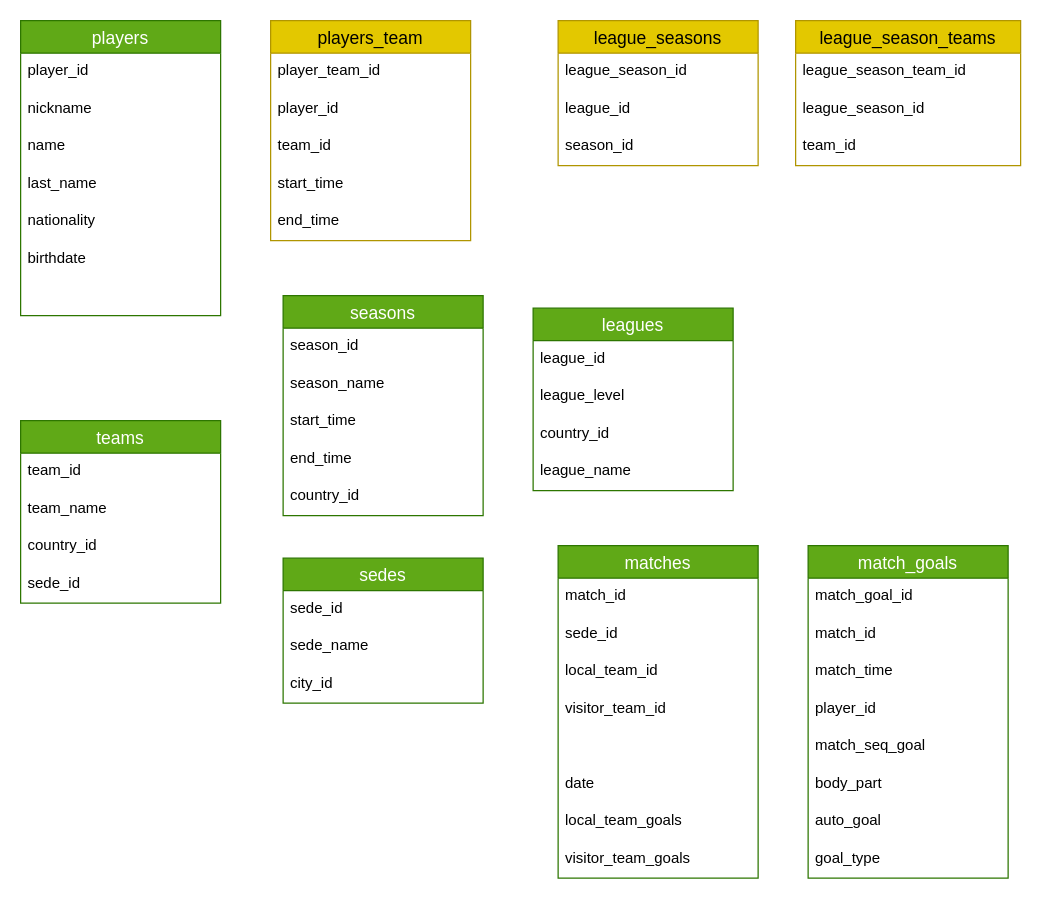
This is page "preliminar" (1 of 2) of soccer_model.drawio from r3card0/soccer.stats, a draw.io file, before an edit. Source tidied: cells renumbered, new cells numbered last; positions are measured from the earlier drawing's top-left corner, leaving out a move shared by most shapes. Both pictures are drawn from the tidied source at 125%, with x=0, y=0 at pixel (20, 20).
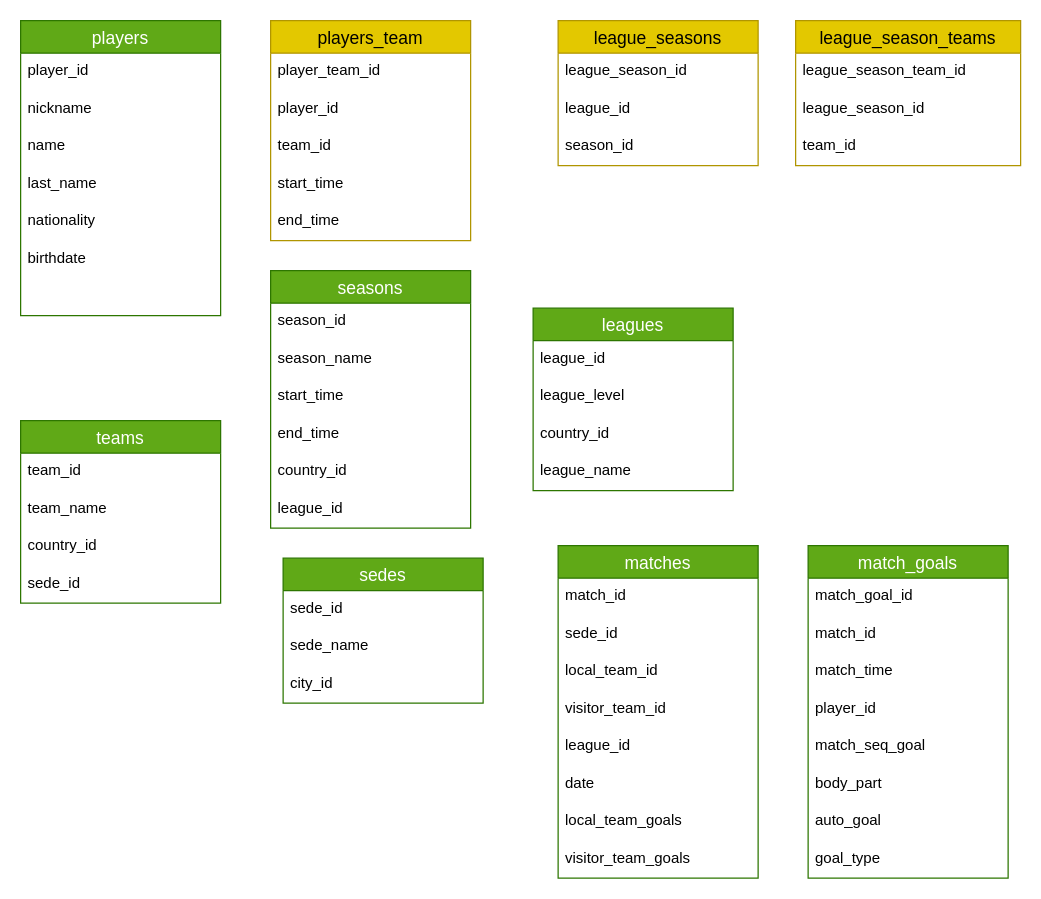
The same diagram, later.

Commit message (it also covers changes not shown here):
season model modified, added league_id on seasons model

Unchanged cells that the change refers to:
```xml
<mxCell id="40" value="matches" style="swimlane;fontStyle=0;horizontal=1;startSize=26;align=center;fontSize=14;fillColor=#60a917;fontColor=#ffffff;strokeColor=#2D7600;" parent="1" vertex="1">
  <mxGeometry x="430" y="420" width="160" height="266" as="geometry" />
</mxCell>
```

Change to the diagram source:
```diff
@@
     <mxCell id="21" value="seasons" style="swimlane;fontStyle=0;horizontal=1;startSize=26;align=center;fontSize=14;fillColor=#60a917;fontColor=#ffffff;strokeColor=#2D7600;" parent="1" vertex="1">
-      <mxGeometry x="210" y="220" width="160" height="176" as="geometry" />
+      <mxGeometry x="200" y="200" width="160" height="206" as="geometry" />
     </mxCell>
@@
+    <mxCell id="62" value="league_id" style="text;strokeColor=none;fillColor=none;spacingLeft=4;spacingRight=4;overflow=hidden;fontSize=12;" parent="21" vertex="1">
+      <mxGeometry y="176" width="160" height="30" as="geometry" />
+    </mxCell>
@@
-    <mxCell id="45" style="text;strokeColor=none;fillColor=none;spacingLeft=4;spacingRight=4;overflow=hidden;fontSize=12;" parent="40" vertex="1">
+    <mxCell id="45" value="league_id" style="text;strokeColor=none;fillColor=none;spacingLeft=4;spacingRight=4;overflow=hidden;fontSize=12;" parent="40" vertex="1">
       <mxGeometry y="146" width="160" height="30" as="geometry" />
     </mxCell>
```
